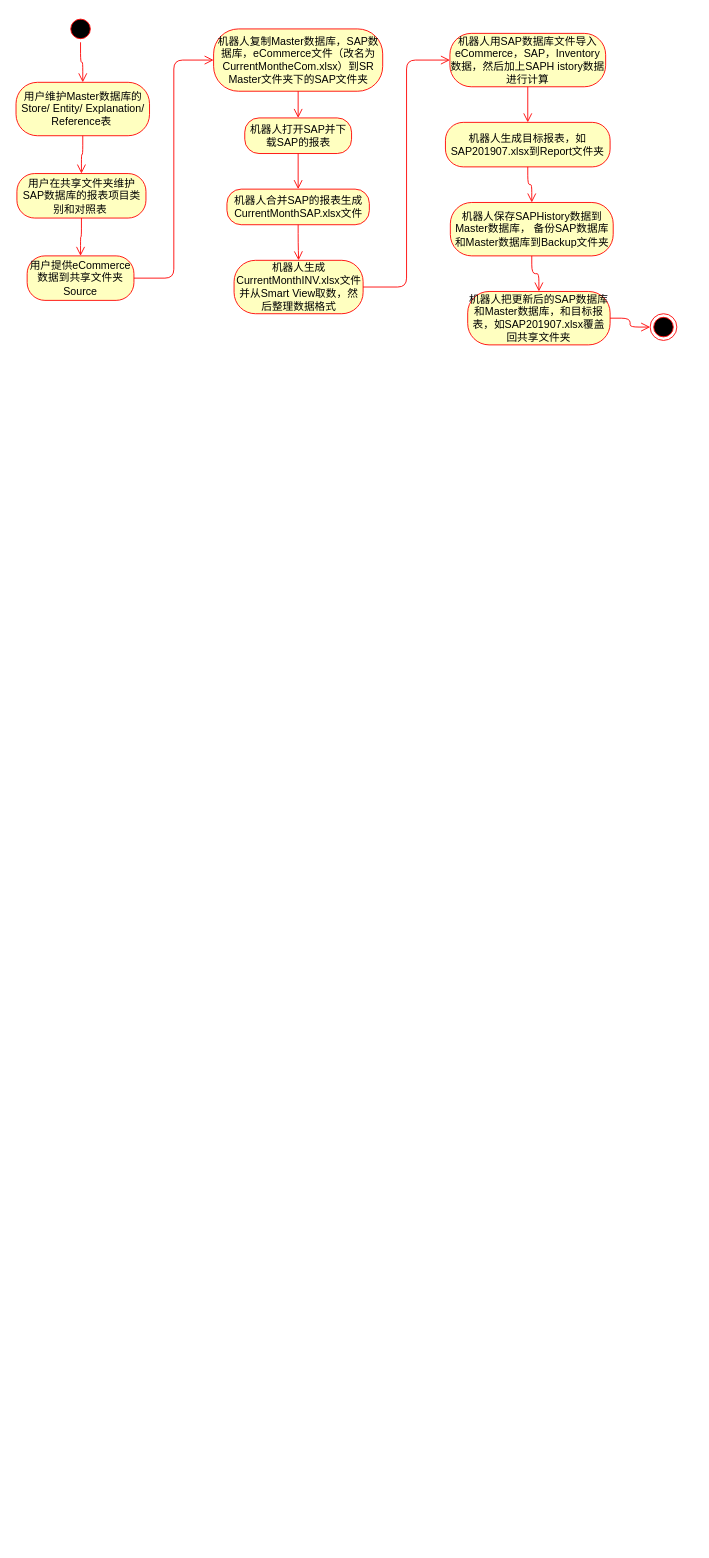
Youjwxyz/VBA_Library keeps this draw.io diagram as page "StatisticReport" (2 of 6) of Untitled Diagram.drawio. Above is the earlier version. Source tidied: cells renumbered, new cells numbered last; positions are measured from the earlier drawing's top-left corner, leaving out a move shared by most shapes. Both pictures are drawn from the tidied source at 89%, with x=0, y=0 at pixel (16, 15).
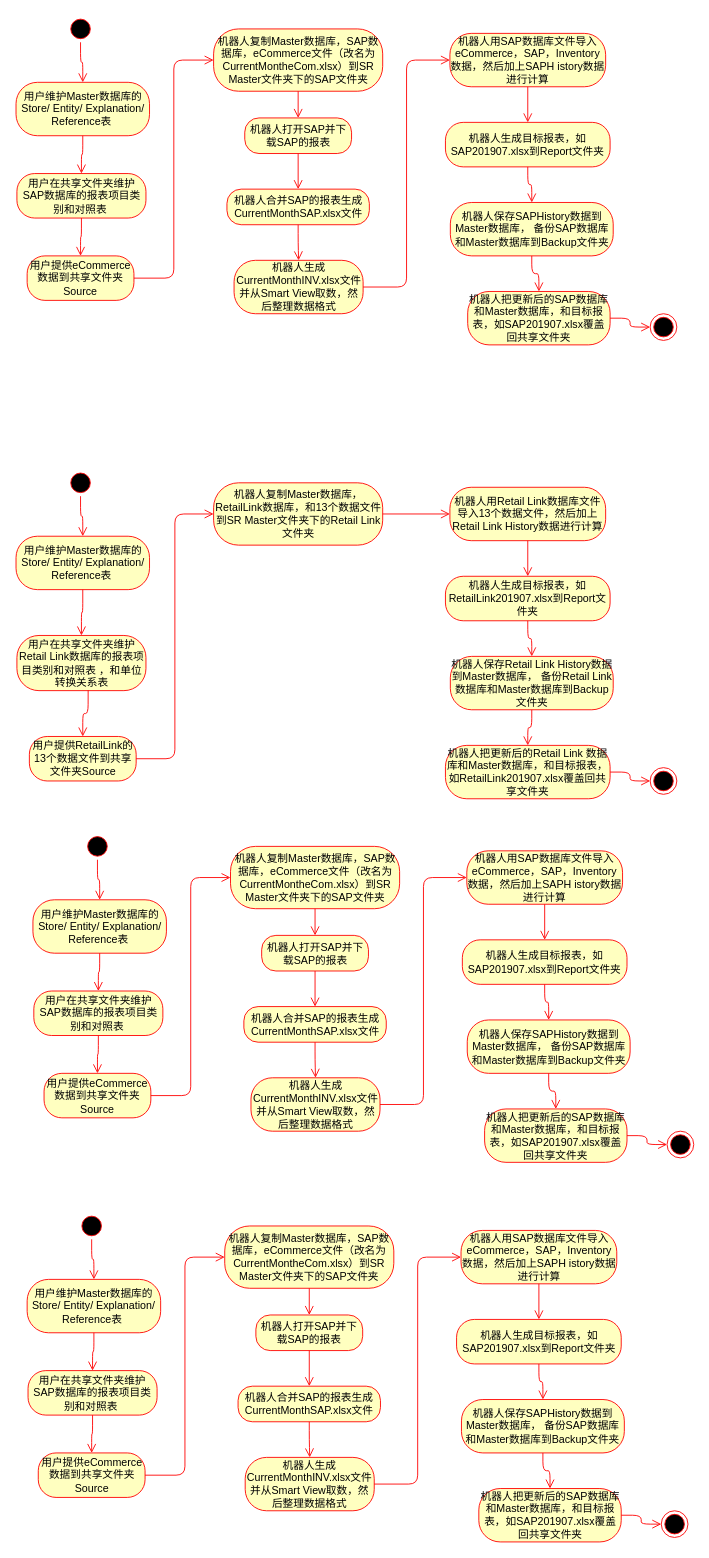
After the change.

What changed in the source:
```diff
@@
+    <mxCell id="27" value="用户在共享文件夹维护Retail Link数据库的报表项目类别和对照表 ，和单位转换关系表" style="rounded=1;whiteSpace=wrap;html=1;arcSize=40;fontColor=#000000;fillColor=#ffffc0;strokeColor=#ff0000;" parent="1" vertex="1">
+      <mxGeometry x="0.5" y="696.5" width="145" height="62" as="geometry" />
+    </mxCell>
+    <mxCell id="28" value="用户提供RetailLink的13个数据文件到共享文件夹Source" style="rounded=1;whiteSpace=wrap;html=1;arcSize=40;fontColor=#000000;fillColor=#ffffc0;strokeColor=#ff0000;" parent="1" vertex="1">
+      <mxGeometry x="14.5" y="810" width="120" height="50" as="geometry" />
+    </mxCell>
+    <mxCell id="29" style="ellipse;html=1;shape=startState;fillColor=#000000;strokeColor=#ff0000;" parent="1" vertex="1">
+      <mxGeometry x="57" y="510" width="30" height="30" as="geometry" />
+    </mxCell>
+    <mxCell id="30" style="edgeStyle=orthogonalEdgeStyle;html=1;verticalAlign=bottom;endArrow=open;endSize=8;strokeColor=#ff0000;entryX=0.5;entryY=0;entryDx=0;entryDy=0;" parent="1" edge="1" source="29" target="32">
+      <mxGeometry relative="1" as="geometry" />
+    </mxCell>
+    <mxCell id="31" style="edgeStyle=orthogonalEdgeStyle;html=1;verticalAlign=bottom;endArrow=open;endSize=8;strokeColor=#ff0000;exitX=0.552;exitY=0.994;exitDx=0;exitDy=0;exitPerimeter=0;entryX=0.5;entryY=0;entryDx=0;entryDy=0;" parent="1" edge="1" source="27" target="28">
+      <mxGeometry relative="1" as="geometry" />
+    </mxCell>
+    <mxCell id="32" value="用户维护Master数据库的Store/ Entity/ Explanation/ Reference表&amp;nbsp;" style="rounded=1;whiteSpace=wrap;html=1;arcSize=40;fontColor=#000000;fillColor=#ffffc0;strokeColor=#ff0000;" parent="1" vertex="1">
+      <mxGeometry x="-0.5" y="585" width="150" height="60" as="geometry" />
+    </mxCell>
+    <mxCell id="33" style="edgeStyle=orthogonalEdgeStyle;html=1;verticalAlign=bottom;endArrow=open;endSize=8;strokeColor=#ff0000;entryX=0.5;entryY=0;entryDx=0;entryDy=0;" parent="1" edge="1" source="32" target="27">
+      <mxGeometry relative="1" as="geometry" />
+    </mxCell>
+    <mxCell id="34" style="edgeStyle=orthogonalEdgeStyle;html=1;verticalAlign=bottom;endArrow=open;endSize=8;strokeColor=#ff0000;entryX=0;entryY=0.5;entryDx=0;entryDy=0;exitX=1;exitY=0.5;exitDx=0;exitDy=0;" parent="1" edge="1" source="28" target="35">
+      <mxGeometry relative="1" as="geometry" />
+    </mxCell>
+    <mxCell id="35" value="机器人复制Master数据库，RetailLink数据库，和13个数据文件到SR Master文件夹下的Retail Link文件夹" style="rounded=1;whiteSpace=wrap;html=1;arcSize=40;fontColor=#000000;fillColor=#ffffc0;strokeColor=#ff0000;" parent="1" vertex="1">
+      <mxGeometry x="221.5" y="525" width="190" height="70" as="geometry" />
+    </mxCell>
+    <mxCell id="36" style="edgeStyle=orthogonalEdgeStyle;html=1;verticalAlign=bottom;endArrow=open;endSize=8;strokeColor=#ff0000;entryX=0;entryY=0.5;entryDx=0;entryDy=0;exitX=1;exitY=0.5;exitDx=0;exitDy=0;" parent="1" edge="1" source="35" target="37">
+      <mxGeometry relative="1" as="geometry" />
+    </mxCell>
+    <mxCell id="37" value="机器人用Retail Link数据库文件导入13个数据文件，然后加上Retail Link History数据进行计算" style="rounded=1;whiteSpace=wrap;html=1;arcSize=40;fontColor=#000000;fillColor=#ffffc0;strokeColor=#ff0000;" parent="1" vertex="1">
+      <mxGeometry x="487" y="530" width="175" height="60" as="geometry" />
+    </mxCell>
+    <mxCell id="38" style="edgeStyle=orthogonalEdgeStyle;html=1;verticalAlign=bottom;endArrow=open;endSize=8;strokeColor=#ff0000;" parent="1" edge="1" source="37" target="39">
+      <mxGeometry relative="1" as="geometry" />
+    </mxCell>
+    <mxCell id="39" value="机器人生成目标报表，如RetailLink201907.xlsx到Report文件夹" style="rounded=1;whiteSpace=wrap;html=1;arcSize=40;fontColor=#000000;fillColor=#ffffc0;strokeColor=#ff0000;" parent="1" vertex="1">
+      <mxGeometry x="482" y="630" width="185" height="50" as="geometry" />
+    </mxCell>
+    <mxCell id="40" style="edgeStyle=orthogonalEdgeStyle;html=1;verticalAlign=bottom;endArrow=open;endSize=8;strokeColor=#ff0000;" parent="1" edge="1" source="39" target="41">
+      <mxGeometry relative="1" as="geometry" />
+    </mxCell>
+    <mxCell id="41" value="机器人保存Retail Link History数据到Master数据库，&amp;nbsp;备份Retail Link数据库和Master数据库到Backup文件夹" style="rounded=1;whiteSpace=wrap;html=1;arcSize=40;fontColor=#000000;fillColor=#ffffc0;strokeColor=#ff0000;" parent="1" vertex="1">
+      <mxGeometry x="487.5" y="720" width="183" height="60" as="geometry" />
+    </mxCell>
+    <mxCell id="42" style="edgeStyle=orthogonalEdgeStyle;html=1;verticalAlign=bottom;endArrow=open;endSize=8;strokeColor=#ff0000;" parent="1" edge="1" source="41" target="43">
+      <mxGeometry relative="1" as="geometry" />
+    </mxCell>
+    <mxCell id="43" value="机器人把更新后的Retail Link 数据库和Master数据库，和目标报表，如RetailLink201907.xlsx覆盖回共享文件夹" style="rounded=1;whiteSpace=wrap;html=1;arcSize=40;fontColor=#000000;fillColor=#ffffc0;strokeColor=#ff0000;" parent="1" vertex="1">
+      <mxGeometry x="482" y="820" width="185" height="60" as="geometry" />
+    </mxCell>
+    <mxCell id="44" style="edgeStyle=orthogonalEdgeStyle;html=1;verticalAlign=bottom;endArrow=open;endSize=8;strokeColor=#ff0000;" parent="1" edge="1" source="43" target="45">
+      <mxGeometry relative="1" as="geometry" />
+    </mxCell>
+    <mxCell id="45" style="ellipse;html=1;shape=endState;fillColor=#000000;strokeColor=#ff0000;" parent="1" vertex="1">
+      <mxGeometry x="712" y="845" width="30" height="30" as="geometry" />
+    </mxCell>
+    <mxCell id="46" style="ellipse;html=1;shape=startState;fillColor=#000000;strokeColor=#ff0000;" parent="1" vertex="1">
+      <mxGeometry x="76" y="918.5" width="30" height="30" as="geometry" />
+    </mxCell>
+    <mxCell id="47" style="edgeStyle=orthogonalEdgeStyle;html=1;verticalAlign=bottom;endArrow=open;endSize=8;strokeColor=#ff0000;entryX=0.5;entryY=0;entryDx=0;entryDy=0;" parent="1" edge="1" source="46" target="50">
+      <mxGeometry relative="1" as="geometry" />
+    </mxCell>
+    <mxCell id="48" value="用户在共享文件夹维护SAP数据库的报表项目类别和对照表&amp;nbsp;" style="rounded=1;whiteSpace=wrap;html=1;arcSize=40;fontColor=#000000;fillColor=#ffffc0;strokeColor=#ff0000;" parent="1" vertex="1">
+      <mxGeometry x="19.5" y="1096" width="145" height="50" as="geometry" />
+    </mxCell>
+    <mxCell id="49" style="edgeStyle=orthogonalEdgeStyle;html=1;verticalAlign=bottom;endArrow=open;endSize=8;strokeColor=#ff0000;" parent="1" edge="1" source="48" target="52">
+      <mxGeometry relative="1" as="geometry" />
+    </mxCell>
+    <mxCell id="50" value="用户维护Master数据库的Store/ Entity/ Explanation/ Reference表&amp;nbsp;" style="rounded=1;whiteSpace=wrap;html=1;arcSize=40;fontColor=#000000;fillColor=#ffffc0;strokeColor=#ff0000;" parent="1" vertex="1">
+      <mxGeometry x="18.5" y="993.5" width="150" height="60" as="geometry" />
+    </mxCell>
+    <mxCell id="51" style="edgeStyle=orthogonalEdgeStyle;html=1;verticalAlign=bottom;endArrow=open;endSize=8;strokeColor=#ff0000;entryX=0.5;entryY=0;entryDx=0;entryDy=0;" parent="1" edge="1" source="50" target="48">
+      <mxGeometry relative="1" as="geometry" />
+    </mxCell>
+    <mxCell id="52" value="用户提供eCommerce数据到共享文件夹Source" style="rounded=1;whiteSpace=wrap;html=1;arcSize=40;fontColor=#000000;fillColor=#ffffc0;strokeColor=#ff0000;" parent="1" vertex="1">
+      <mxGeometry x="31" y="1188.5" width="120" height="50" as="geometry" />
+    </mxCell>
+    <mxCell id="53" style="edgeStyle=orthogonalEdgeStyle;html=1;verticalAlign=bottom;endArrow=open;endSize=8;strokeColor=#ff0000;entryX=0;entryY=0.5;entryDx=0;entryDy=0;" parent="1" edge="1" source="52" target="54">
+      <mxGeometry relative="1" as="geometry" />
+    </mxCell>
+    <mxCell id="54" value="机器人复制Master数据库，SAP数据库，eCommerce文件（改名为CurrentMontheCom.xlsx）到SR Master文件夹下的SAP文件夹" style="rounded=1;whiteSpace=wrap;html=1;arcSize=40;fontColor=#000000;fillColor=#ffffc0;strokeColor=#ff0000;" parent="1" vertex="1">
+      <mxGeometry x="240.5" y="933.5" width="190" height="70" as="geometry" />
+    </mxCell>
+    <mxCell id="55" style="edgeStyle=orthogonalEdgeStyle;html=1;verticalAlign=bottom;endArrow=open;endSize=8;strokeColor=#ff0000;" parent="1" edge="1" source="54" target="56">
+      <mxGeometry relative="1" as="geometry" />
+    </mxCell>
+    <mxCell id="56" value="机器人打开SAP并下载SAP的报表" style="rounded=1;whiteSpace=wrap;html=1;arcSize=40;fontColor=#000000;fillColor=#ffffc0;strokeColor=#ff0000;" parent="1" vertex="1">
+      <mxGeometry x="275.5" y="1033.5" width="120" height="40" as="geometry" />
+    </mxCell>
+    <mxCell id="57" style="edgeStyle=orthogonalEdgeStyle;html=1;verticalAlign=bottom;endArrow=open;endSize=8;strokeColor=#ff0000;" parent="1" edge="1" source="56" target="58">
+      <mxGeometry relative="1" as="geometry" />
+    </mxCell>
+    <mxCell id="58" value="机器人合并SAP的报表生成CurrentMonthSAP.xlsx文件" style="rounded=1;whiteSpace=wrap;html=1;arcSize=40;fontColor=#000000;fillColor=#ffffc0;strokeColor=#ff0000;" parent="1" vertex="1">
+      <mxGeometry x="255.5" y="1113.5" width="160" height="40" as="geometry" />
+    </mxCell>
+    <mxCell id="59" style="edgeStyle=orthogonalEdgeStyle;html=1;verticalAlign=bottom;endArrow=open;endSize=8;strokeColor=#ff0000;" parent="1" edge="1" source="58" target="60">
+      <mxGeometry relative="1" as="geometry" />
+    </mxCell>
+    <mxCell id="60" value="机器人生成CurrentMonthINV.xlsx文件并从Smart View取数，然后整理数据格式" style="rounded=1;whiteSpace=wrap;html=1;arcSize=40;fontColor=#000000;fillColor=#ffffc0;strokeColor=#ff0000;" parent="1" vertex="1">
+      <mxGeometry x="263.5" y="1193.5" width="145" height="60" as="geometry" />
+    </mxCell>
+    <mxCell id="61" style="edgeStyle=orthogonalEdgeStyle;html=1;verticalAlign=bottom;endArrow=open;endSize=8;strokeColor=#ff0000;entryX=0;entryY=0.5;entryDx=0;entryDy=0;" parent="1" edge="1" source="60" target="62">
+      <mxGeometry relative="1" as="geometry" />
+    </mxCell>
+    <mxCell id="62" value="机器人用SAP数据库文件导入eCommerce，SAP，Inventory数据，然后加上SAPH istory数据进行计算" style="rounded=1;whiteSpace=wrap;html=1;arcSize=40;fontColor=#000000;fillColor=#ffffc0;strokeColor=#ff0000;" parent="1" vertex="1">
+      <mxGeometry x="506" y="938.5" width="175" height="60" as="geometry" />
+    </mxCell>
+    <mxCell id="63" style="edgeStyle=orthogonalEdgeStyle;html=1;verticalAlign=bottom;endArrow=open;endSize=8;strokeColor=#ff0000;" parent="1" edge="1" source="62" target="64">
+      <mxGeometry relative="1" as="geometry" />
+    </mxCell>
+    <mxCell id="64" value="机器人生成目标报表，如SAP201907.xlsx到Report文件夹" style="rounded=1;whiteSpace=wrap;html=1;arcSize=40;fontColor=#000000;fillColor=#ffffc0;strokeColor=#ff0000;" parent="1" vertex="1">
+      <mxGeometry x="501" y="1038.5" width="185" height="50" as="geometry" />
+    </mxCell>
+    <mxCell id="65" style="edgeStyle=orthogonalEdgeStyle;html=1;verticalAlign=bottom;endArrow=open;endSize=8;strokeColor=#ff0000;" parent="1" edge="1" source="64" target="66">
+      <mxGeometry relative="1" as="geometry" />
+    </mxCell>
+    <mxCell id="66" value="机器人保存SAPHistory数据到Master数据库，&amp;nbsp;备份SAP数据库和Master数据库到Backup文件夹" style="rounded=1;whiteSpace=wrap;html=1;arcSize=40;fontColor=#000000;fillColor=#ffffc0;strokeColor=#ff0000;" parent="1" vertex="1">
+      <mxGeometry x="506.5" y="1128.5" width="183" height="60" as="geometry" />
+    </mxCell>
+    <mxCell id="67" style="edgeStyle=orthogonalEdgeStyle;html=1;verticalAlign=bottom;endArrow=open;endSize=8;strokeColor=#ff0000;" parent="1" edge="1" source="66" target="68">
+      <mxGeometry relative="1" as="geometry" />
+    </mxCell>
+    <mxCell id="68" value="机器人把更新后的SAP数据库和Master数据库，和目标报表，如SAP201907.xlsx覆盖回共享文件夹" style="rounded=1;whiteSpace=wrap;html=1;arcSize=40;fontColor=#000000;fillColor=#ffffc0;strokeColor=#ff0000;" parent="1" vertex="1">
+      <mxGeometry x="526" y="1228.5" width="160" height="60" as="geometry" />
+    </mxCell>
+    <mxCell id="69" style="edgeStyle=orthogonalEdgeStyle;html=1;verticalAlign=bottom;endArrow=open;endSize=8;strokeColor=#ff0000;" parent="1" edge="1" source="68" target="70">
+      <mxGeometry relative="1" as="geometry" />
+    </mxCell>
+    <mxCell id="70" style="ellipse;html=1;shape=endState;fillColor=#000000;strokeColor=#ff0000;" parent="1" vertex="1">
+      <mxGeometry x="731" y="1253.5" width="30" height="30" as="geometry" />
+    </mxCell>
+    <mxCell id="71" style="ellipse;html=1;shape=startState;fillColor=#000000;strokeColor=#ff0000;" parent="1" vertex="1">
+      <mxGeometry x="69.5" y="1345" width="30" height="30" as="geometry" />
+    </mxCell>
+    <mxCell id="72" style="edgeStyle=orthogonalEdgeStyle;html=1;verticalAlign=bottom;endArrow=open;endSize=8;strokeColor=#ff0000;entryX=0.5;entryY=0;entryDx=0;entryDy=0;" parent="1" edge="1" source="71" target="75">
+      <mxGeometry relative="1" as="geometry" />
+    </mxCell>
+    <mxCell id="73" value="用户在共享文件夹维护SAP数据库的报表项目类别和对照表&amp;nbsp;" style="rounded=1;whiteSpace=wrap;html=1;arcSize=40;fontColor=#000000;fillColor=#ffffc0;strokeColor=#ff0000;" parent="1" vertex="1">
+      <mxGeometry x="13" y="1522.5" width="145" height="50" as="geometry" />
+    </mxCell>
+    <mxCell id="74" style="edgeStyle=orthogonalEdgeStyle;html=1;verticalAlign=bottom;endArrow=open;endSize=8;strokeColor=#ff0000;" parent="1" edge="1" source="73" target="77">
+      <mxGeometry relative="1" as="geometry" />
+    </mxCell>
+    <mxCell id="75" value="用户维护Master数据库的Store/ Entity/ Explanation/ Reference表&amp;nbsp;" style="rounded=1;whiteSpace=wrap;html=1;arcSize=40;fontColor=#000000;fillColor=#ffffc0;strokeColor=#ff0000;" parent="1" vertex="1">
+      <mxGeometry x="12" y="1420" width="150" height="60" as="geometry" />
+    </mxCell>
+    <mxCell id="76" style="edgeStyle=orthogonalEdgeStyle;html=1;verticalAlign=bottom;endArrow=open;endSize=8;strokeColor=#ff0000;entryX=0.5;entryY=0;entryDx=0;entryDy=0;" parent="1" edge="1" source="75" target="73">
+      <mxGeometry relative="1" as="geometry" />
+    </mxCell>
+    <mxCell id="77" value="用户提供eCommerce数据到共享文件夹Source" style="rounded=1;whiteSpace=wrap;html=1;arcSize=40;fontColor=#000000;fillColor=#ffffc0;strokeColor=#ff0000;" parent="1" vertex="1">
+      <mxGeometry x="24.5" y="1615" width="120" height="50" as="geometry" />
+    </mxCell>
+    <mxCell id="78" style="edgeStyle=orthogonalEdgeStyle;html=1;verticalAlign=bottom;endArrow=open;endSize=8;strokeColor=#ff0000;entryX=0;entryY=0.5;entryDx=0;entryDy=0;" parent="1" edge="1" source="77" target="79">
+      <mxGeometry relative="1" as="geometry" />
+    </mxCell>
+    <mxCell id="79" value="机器人复制Master数据库，SAP数据库，eCommerce文件（改名为CurrentMontheCom.xlsx）到SR Master文件夹下的SAP文件夹" style="rounded=1;whiteSpace=wrap;html=1;arcSize=40;fontColor=#000000;fillColor=#ffffc0;strokeColor=#ff0000;" parent="1" vertex="1">
+      <mxGeometry x="234" y="1360" width="190" height="70" as="geometry" />
+    </mxCell>
+    <mxCell id="80" style="edgeStyle=orthogonalEdgeStyle;html=1;verticalAlign=bottom;endArrow=open;endSize=8;strokeColor=#ff0000;" parent="1" edge="1" source="79" target="81">
+      <mxGeometry relative="1" as="geometry" />
+    </mxCell>
+    <mxCell id="81" value="机器人打开SAP并下载SAP的报表" style="rounded=1;whiteSpace=wrap;html=1;arcSize=40;fontColor=#000000;fillColor=#ffffc0;strokeColor=#ff0000;" parent="1" vertex="1">
+      <mxGeometry x="269" y="1460" width="120" height="40" as="geometry" />
+    </mxCell>
+    <mxCell id="82" style="edgeStyle=orthogonalEdgeStyle;html=1;verticalAlign=bottom;endArrow=open;endSize=8;strokeColor=#ff0000;" parent="1" edge="1" source="81" target="83">
+      <mxGeometry relative="1" as="geometry" />
+    </mxCell>
+    <mxCell id="83" value="机器人合并SAP的报表生成CurrentMonthSAP.xlsx文件" style="rounded=1;whiteSpace=wrap;html=1;arcSize=40;fontColor=#000000;fillColor=#ffffc0;strokeColor=#ff0000;" parent="1" vertex="1">
+      <mxGeometry x="249" y="1540" width="160" height="40" as="geometry" />
+    </mxCell>
+    <mxCell id="84" style="edgeStyle=orthogonalEdgeStyle;html=1;verticalAlign=bottom;endArrow=open;endSize=8;strokeColor=#ff0000;" parent="1" edge="1" source="83" target="85">
+      <mxGeometry relative="1" as="geometry" />
+    </mxCell>
+    <mxCell id="85" value="机器人生成CurrentMonthINV.xlsx文件并从Smart View取数，然后整理数据格式" style="rounded=1;whiteSpace=wrap;html=1;arcSize=40;fontColor=#000000;fillColor=#ffffc0;strokeColor=#ff0000;" parent="1" vertex="1">
+      <mxGeometry x="257" y="1620" width="145" height="60" as="geometry" />
+    </mxCell>
+    <mxCell id="86" style="edgeStyle=orthogonalEdgeStyle;html=1;verticalAlign=bottom;endArrow=open;endSize=8;strokeColor=#ff0000;entryX=0;entryY=0.5;entryDx=0;entryDy=0;" parent="1" edge="1" source="85" target="87">
+      <mxGeometry relative="1" as="geometry" />
+    </mxCell>
+    <mxCell id="87" value="机器人用SAP数据库文件导入eCommerce，SAP，Inventory数据，然后加上SAPH istory数据进行计算" style="rounded=1;whiteSpace=wrap;html=1;arcSize=40;fontColor=#000000;fillColor=#ffffc0;strokeColor=#ff0000;" parent="1" vertex="1">
+      <mxGeometry x="499.5" y="1365" width="175" height="60" as="geometry" />
+    </mxCell>
+    <mxCell id="88" style="edgeStyle=orthogonalEdgeStyle;html=1;verticalAlign=bottom;endArrow=open;endSize=8;strokeColor=#ff0000;" parent="1" edge="1" source="87" target="89">
+      <mxGeometry relative="1" as="geometry" />
+    </mxCell>
+    <mxCell id="89" value="机器人生成目标报表，如SAP201907.xlsx到Report文件夹" style="rounded=1;whiteSpace=wrap;html=1;arcSize=40;fontColor=#000000;fillColor=#ffffc0;strokeColor=#ff0000;" parent="1" vertex="1">
+      <mxGeometry x="494.5" y="1465" width="185" height="50" as="geometry" />
+    </mxCell>
+    <mxCell id="90" style="edgeStyle=orthogonalEdgeStyle;html=1;verticalAlign=bottom;endArrow=open;endSize=8;strokeColor=#ff0000;" parent="1" edge="1" source="89" target="91">
+      <mxGeometry relative="1" as="geometry" />
+    </mxCell>
+    <mxCell id="91" value="机器人保存SAPHistory数据到Master数据库，&amp;nbsp;备份SAP数据库和Master数据库到Backup文件夹" style="rounded=1;whiteSpace=wrap;html=1;arcSize=40;fontColor=#000000;fillColor=#ffffc0;strokeColor=#ff0000;" parent="1" vertex="1">
+      <mxGeometry x="500" y="1555" width="183" height="60" as="geometry" />
+    </mxCell>
+    <mxCell id="92" style="edgeStyle=orthogonalEdgeStyle;html=1;verticalAlign=bottom;endArrow=open;endSize=8;strokeColor=#ff0000;" parent="1" edge="1" source="91" target="93">
+      <mxGeometry relative="1" as="geometry" />
+    </mxCell>
+    <mxCell id="93" value="机器人把更新后的SAP数据库和Master数据库，和目标报表，如SAP201907.xlsx覆盖回共享文件夹" style="rounded=1;whiteSpace=wrap;html=1;arcSize=40;fontColor=#000000;fillColor=#ffffc0;strokeColor=#ff0000;" parent="1" vertex="1">
+      <mxGeometry x="519.5" y="1655" width="160" height="60" as="geometry" />
+    </mxCell>
+    <mxCell id="94" style="edgeStyle=orthogonalEdgeStyle;html=1;verticalAlign=bottom;endArrow=open;endSize=8;strokeColor=#ff0000;" parent="1" edge="1" source="93" target="95">
+      <mxGeometry relative="1" as="geometry" />
+    </mxCell>
+    <mxCell id="95" style="ellipse;html=1;shape=endState;fillColor=#000000;strokeColor=#ff0000;" parent="1" vertex="1">
+      <mxGeometry x="724.5" y="1680" width="30" height="30" as="geometry" />
+    </mxCell>
```
